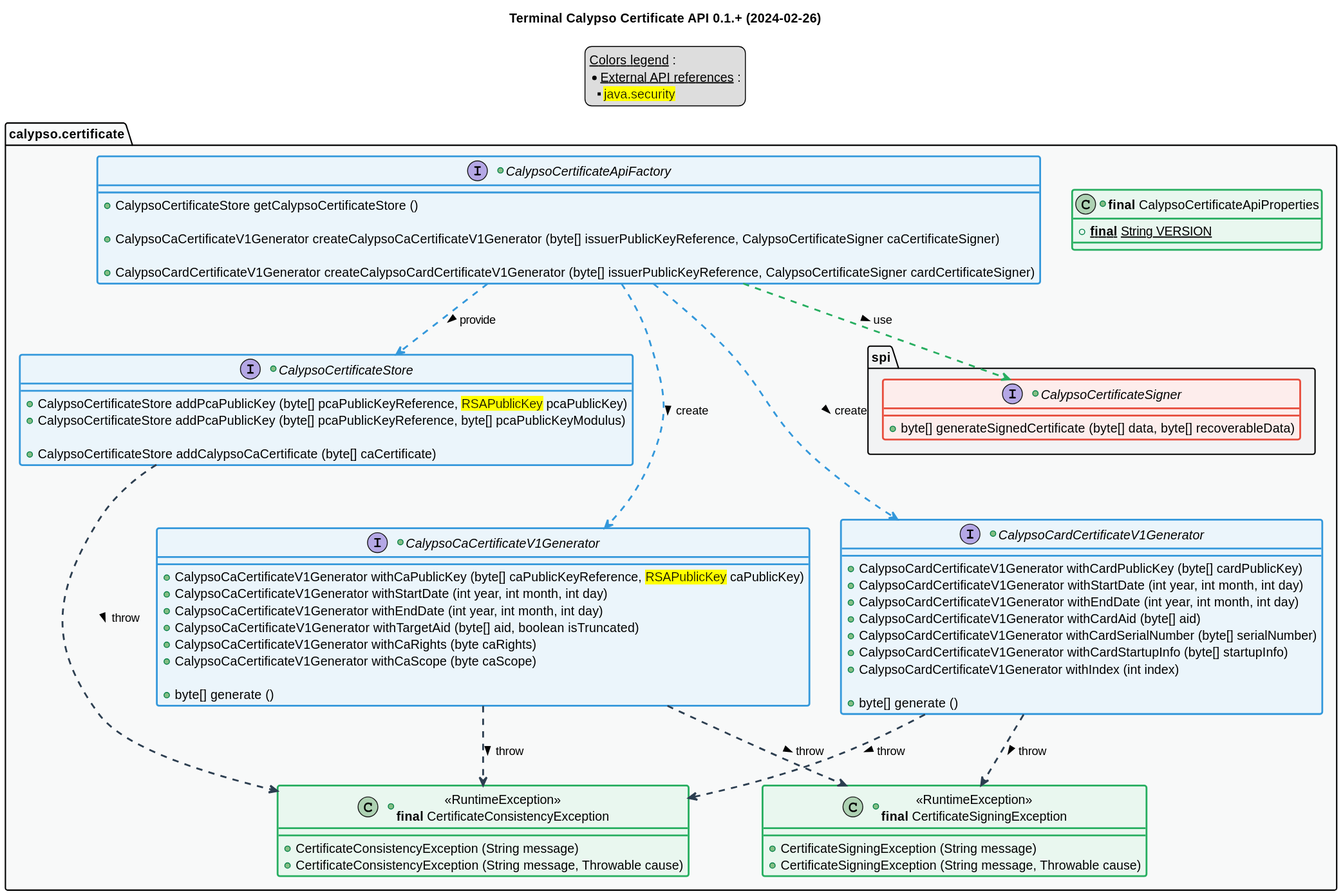
Before: 0.1.0-SNAPSHOT/api_class_diagram.svg, a diagram exported from PlantUML (calypsonet/calypsonet-terminal-calypso-certificate-uml-api).
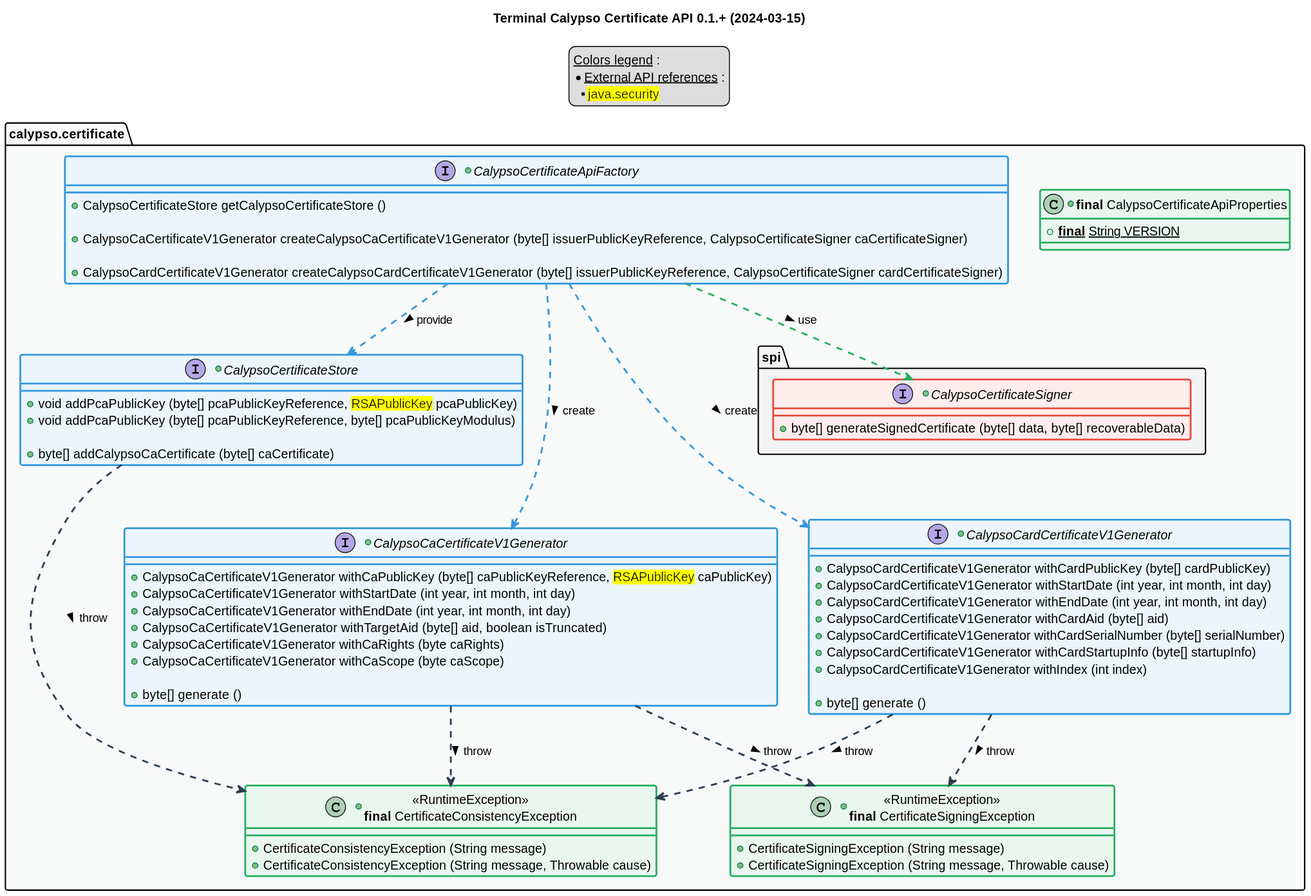
After the commit.

What changed in the source:
```diff
@@ -1,6 +1,6 @@
 @startuml
 title
-    Terminal Calypso Certificate API 0.1.+ (2024-02-26)
+    Terminal Calypso Certificate API 0.1.+ (2024-03-15)
 end title
 
 
@@ -59,10 +59,10 @@
         +CalypsoCardCertificateV1Generator createCalypsoCardCertificateV1Generator (byte[] issuerPublicKeyReference, CalypsoCertificateSigner cardCertificateSigner)
     }
     +interface CalypsoCertificateStore <<blue>> {
-        +CalypsoCertificateStore addPcaPublicKey (byte[] pcaPublicKeyReference, <back:yellow>RSAPublicKey</back> pcaPublicKey)
-        +CalypsoCertificateStore addPcaPublicKey (byte[] pcaPublicKeyReference, byte[] pcaPublicKeyModulus)
+        +void addPcaPublicKey (byte[] pcaPublicKeyReference, <back:yellow>RSAPublicKey</back> pcaPublicKey)
+        +void addPcaPublicKey (byte[] pcaPublicKeyReference, byte[] pcaPublicKeyModulus)
 
-        +CalypsoCertificateStore addCalypsoCaCertificate (byte[] caCertificate)
+        +byte[] addCalypsoCaCertificate (byte[] caCertificate)
     }
     package "spi" as spi {
         +interface CalypsoCertificateSigner <<red>> {
```
